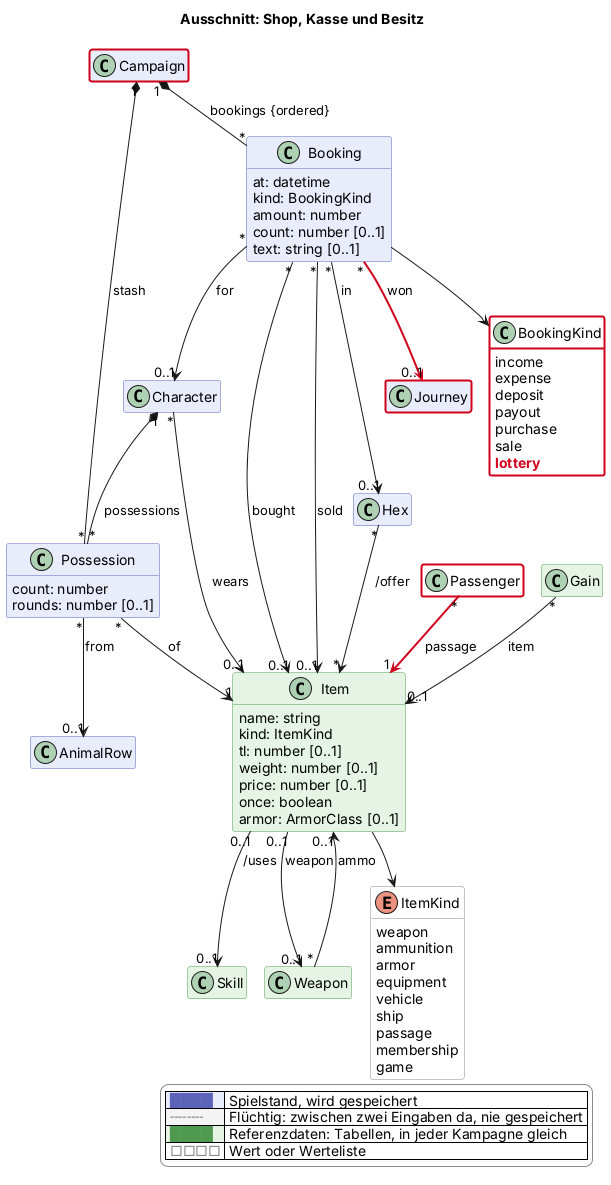
Before: docs/views/shop.png, a diagram exported from PlantUML (scuzzar/SRE).
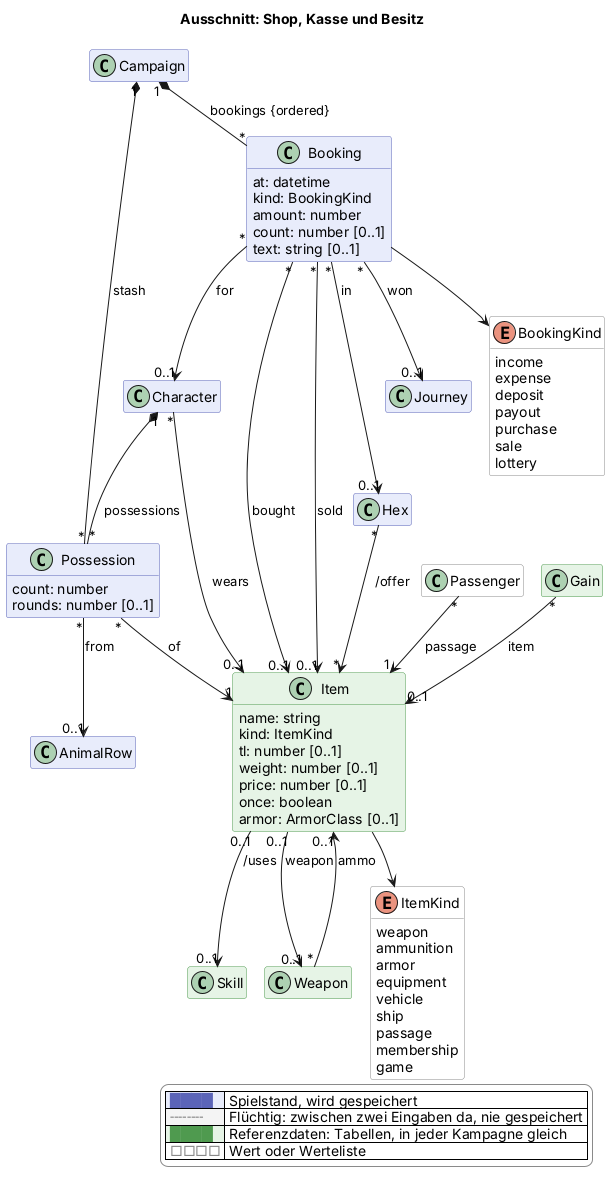
After the change.

The edit, as a diff of the source:
```diff
@@ -81,7 +81,7 @@
     payout
     purchase
     sale
-    $new("2026-11-13d", "lottery")
+    lottery
   }
   class Character $charakter
   class Possession $shop {
@@ -93,8 +93,8 @@
   class Hex $sektor
 
 
-  class Journey $reise $newClass("2026-11-13d")
-  class Passenger <<value>> $reise $newClass("2026-11-13d")
+  class Journey $reise
+  class Passenger <<value>> $reise
 
   class AnimalRow $begegnung
 
@@ -129,8 +129,8 @@
 Booking "*" --> "0..1" Hex : in
 Booking --> BookingKind
 
-Passenger "*" -$newArrow("2026-11-13d")-> "1" Item : passage
-Booking "*" -$newArrow("2026-11-13d")-> "0..1" Journey : won
+Passenger "*" --> "1" Item : passage
+Booking "*" --> "0..1" Journey : won
 
 
 Gain "*" --> "0..1" Item : item
@@ -160,6 +160,4 @@
   |<#e6f4e6> <color:#4f9a4f>████</color> | Referenzdaten: Tabellen, in jeder Kampagne gleich |
   |<#ffffff> <color:#8a8a8a>□□□□</color> | Wert oder Werteliste |
 endlegend
-class Campaign #line:d0021b;line.bold
-class BookingKind #line:d0021b;line.bold
 @enduml
```
